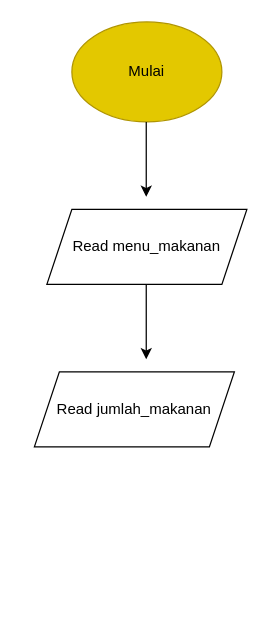
Above: flowchart-fe2848059.drawio in gabryella-apriani-sinaga/Gabryella_Apriani_Sinaga-Order_Makanan_via_Online (draw.io), before the change. Source tidied: cells renumbered, new cells numbered last; positions are measured from the earlier drawing's top-left corner, leaving out a move shared by most shapes. Both pictures are drawn from the tidied source at 125%, with x=0, y=0 at pixel (34, 21).
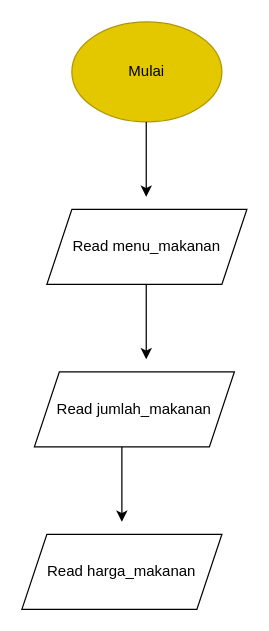
The same page after the edit.

Commit message:
make new state 'Read harga_makanan'

What changed in the source:
```diff
@@
 <mxGraphModel>
   <root>
     <mxCell id="0" />
     <mxCell id="1" parent="0" />
     <mxCell id="2" value="Mulai" style="ellipse;whiteSpace=wrap;html=1;fillColor=#e3c800;fontColor=#000000;strokeColor=#B09500;" parent="1" vertex="1">
       <mxGeometry x="30" width="120" height="80" as="geometry" />
     </mxCell>
     <mxCell id="3" style="endArrow=classic;html=1;" parent="1" edge="1">
       <mxGeometry relative="1" as="geometry">
         <mxPoint x="89.5" y="80" as="sourcePoint" />
         <mxPoint x="89.5" y="140" as="targetPoint" />
       </mxGeometry>
     </mxCell>
     <mxCell id="4" value="Read menu_makanan" style="shape=parallelogram;perimeter=parallelogramPerimeter;whiteSpace=wrap;html=1;fixedSize=1;" parent="1" vertex="1">
       <mxGeometry x="10" y="150" width="160" height="60" as="geometry" />
     </mxCell>
     <mxCell id="5" style="endArrow=classic;html=1;" parent="1" edge="1">
       <mxGeometry relative="1" as="geometry">
         <mxPoint x="89.5" y="210" as="sourcePoint" />
         <mxPoint x="89.5" y="270" as="targetPoint" />
       </mxGeometry>
     </mxCell>
     <mxCell id="6" value="Read jumlah_makanan" style="shape=parallelogram;perimeter=parallelogramPerimeter;whiteSpace=wrap;html=1;fixedSize=1;" parent="1" vertex="1">
       <mxGeometry y="280" width="160" height="60" as="geometry" />
     </mxCell>
+    <mxCell id="7" style="endArrow=classic;html=1;" parent="1" edge="1">
+      <mxGeometry relative="1" as="geometry">
+        <mxPoint x="70" y="340" as="sourcePoint" />
+        <mxPoint x="70" y="400" as="targetPoint" />
+      </mxGeometry>
+    </mxCell>
+    <mxCell id="8" value="Read harga_makanan" style="shape=parallelogram;perimeter=parallelogramPerimeter;whiteSpace=wrap;html=1;fixedSize=1;" parent="1" vertex="1">
+      <mxGeometry x="-10" y="410" width="160" height="60" as="geometry" />
+    </mxCell>
   </root>
 </mxGraphModel>
```
